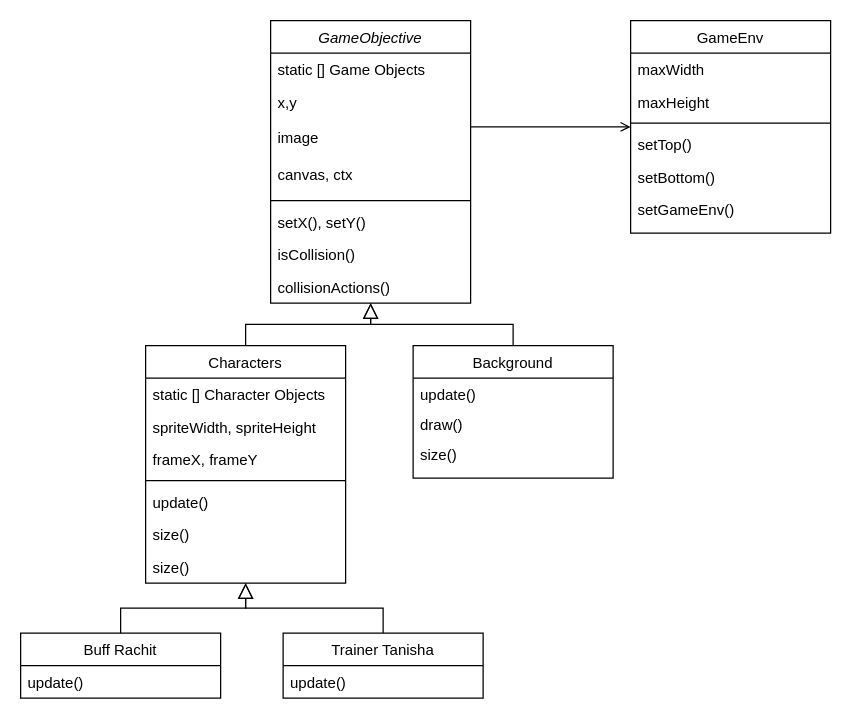
Earlier version of the draw.io diagram navigation/Untitled Diagram.drawio (Yuna599/Lucky-Charms). Source tidied: cells renumbered, new cells numbered last; positions are measured from the earlier drawing's top-left corner, leaving out a move shared by most shapes. Both pictures are drawn from the tidied source at 125%, with x=0, y=0 at pixel (20, 20).
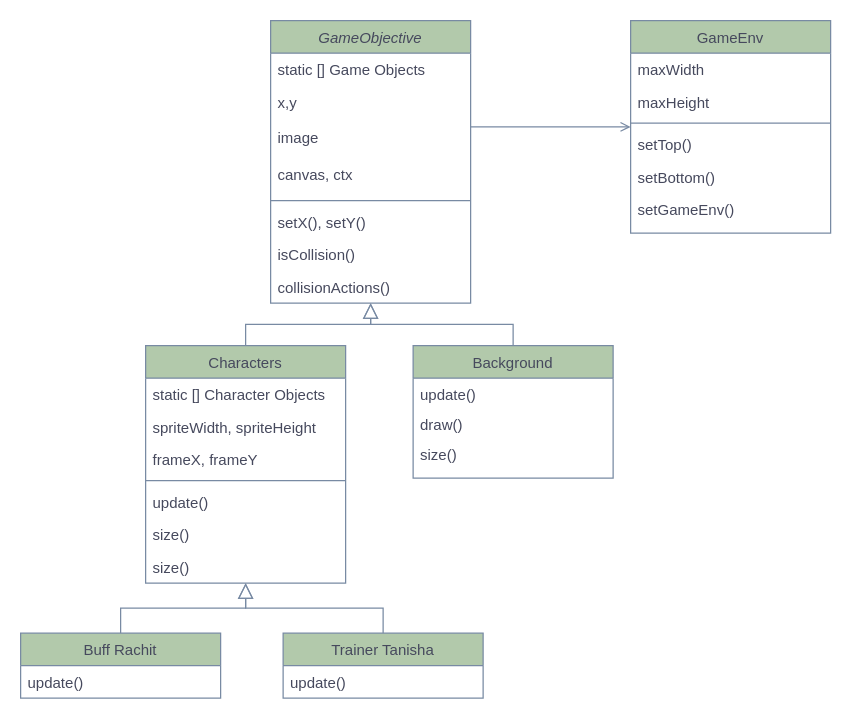
The same page after the edit.

Change to the diagram source:
```diff
@@
-    <mxCell id="2" value="GameObjective" style="swimlane;fontStyle=2;align=center;verticalAlign=top;horizontal=1;startSize=26;rounded=0;shadow=0;strokeWidth=1;" parent="1" vertex="1">
+    <mxCell id="2" value="GameObjective" style="swimlane;fontStyle=2;align=center;verticalAlign=top;horizontal=1;startSize=26;rounded=0;shadow=0;strokeWidth=1;labelBackgroundColor=none;fillColor=#B2C9AB;strokeColor=#788AA3;fontColor=#46495D;" parent="1" vertex="1">
       <mxGeometry x="200" width="160" height="226" as="geometry" />
     </mxCell>
-    <mxCell id="3" value="static [] Game Objects" style="text;align=left;verticalAlign=top;spacingLeft=4;spacingRight=4;overflow=hidden;rounded=0;shadow=0;html=0;" parent="2" vertex="1">
+    <mxCell id="3" value="static [] Game Objects" style="text;align=left;verticalAlign=top;spacingLeft=4;spacingRight=4;overflow=hidden;rounded=0;shadow=0;html=0;labelBackgroundColor=none;fontColor=#46495D;" parent="2" vertex="1">
       <mxGeometry y="26" width="160" height="26" as="geometry" />
     </mxCell>
-    <mxCell id="4" value="x,y" style="text;align=left;verticalAlign=top;spacingLeft=4;spacingRight=4;overflow=hidden;rounded=0;shadow=0;html=0;" parent="2" vertex="1">
+    <mxCell id="4" value="x,y" style="text;align=left;verticalAlign=top;spacingLeft=4;spacingRight=4;overflow=hidden;rounded=0;shadow=0;html=0;labelBackgroundColor=none;fontColor=#46495D;" parent="2" vertex="1">
       <mxGeometry y="52" width="160" height="28" as="geometry" />
     </mxCell>
-    <mxCell id="5" value="image&#10;" style="text;align=left;verticalAlign=top;spacingLeft=4;spacingRight=4;overflow=hidden;rounded=0;shadow=0;html=0;" parent="2" vertex="1">
+    <mxCell id="5" value="image&#10;" style="text;align=left;verticalAlign=top;spacingLeft=4;spacingRight=4;overflow=hidden;rounded=0;shadow=0;html=0;labelBackgroundColor=none;fontColor=#46495D;" parent="2" vertex="1">
       <mxGeometry y="80" width="160" height="30" as="geometry" />
     </mxCell>
-    <mxCell id="6" value="canvas, ctx" style="text;align=left;verticalAlign=top;spacingLeft=4;spacingRight=4;overflow=hidden;rounded=0;shadow=0;html=0;" parent="2" vertex="1">
+    <mxCell id="6" value="canvas, ctx" style="text;align=left;verticalAlign=top;spacingLeft=4;spacingRight=4;overflow=hidden;rounded=0;shadow=0;html=0;labelBackgroundColor=none;fontColor=#46495D;" parent="2" vertex="1">
       <mxGeometry y="110" width="160" height="30" as="geometry" />
     </mxCell>
-    <mxCell id="7" style="line;html=1;strokeWidth=1;align=left;verticalAlign=middle;spacingTop=-1;spacingLeft=3;spacingRight=3;labelPosition=right;" parent="2" vertex="1">
+    <mxCell id="7" style="line;html=1;strokeWidth=1;align=left;verticalAlign=middle;spacingTop=-1;spacingLeft=3;spacingRight=3;labelPosition=right;labelBackgroundColor=none;fillColor=#B2C9AB;strokeColor=#788AA3;fontColor=#46495D;" parent="2" vertex="1">
       <mxGeometry y="140" width="160" height="8" as="geometry" />
     </mxCell>
-    <mxCell id="8" value="setX(), setY()" style="text;align=left;verticalAlign=top;spacingLeft=4;spacingRight=4;overflow=hidden;" parent="2" vertex="1">
+    <mxCell id="8" value="setX(), setY()" style="text;align=left;verticalAlign=top;spacingLeft=4;spacingRight=4;overflow=hidden;labelBackgroundColor=none;fontColor=#46495D;" parent="2" vertex="1">
       <mxGeometry y="148" width="160" height="26" as="geometry" />
     </mxCell>
-    <mxCell id="9" value="isCollision()" style="text;align=left;verticalAlign=top;spacingLeft=4;spacingRight=4;overflow=hidden;" parent="2" vertex="1">
+    <mxCell id="9" value="isCollision()" style="text;align=left;verticalAlign=top;spacingLeft=4;spacingRight=4;overflow=hidden;labelBackgroundColor=none;fontColor=#46495D;" parent="2" vertex="1">
       <mxGeometry y="174" width="160" height="26" as="geometry" />
     </mxCell>
-    <mxCell id="10" value="collisionActions()" style="text;align=left;verticalAlign=top;spacingLeft=4;spacingRight=4;overflow=hidden;" parent="2" vertex="1">
+    <mxCell id="10" value="collisionActions()" style="text;align=left;verticalAlign=top;spacingLeft=4;spacingRight=4;overflow=hidden;labelBackgroundColor=none;fontColor=#46495D;" parent="2" vertex="1">
       <mxGeometry y="200" width="160" height="26" as="geometry" />
     </mxCell>
-    <mxCell id="11" value="Characters" style="swimlane;fontStyle=0;align=center;verticalAlign=top;horizontal=1;startSize=26;rounded=0;shadow=0;strokeWidth=1;" parent="1" vertex="1">
+    <mxCell id="11" value="Characters" style="swimlane;fontStyle=0;align=center;verticalAlign=top;horizontal=1;startSize=26;rounded=0;shadow=0;strokeWidth=1;labelBackgroundColor=none;fillColor=#B2C9AB;strokeColor=#788AA3;fontColor=#46495D;" parent="1" vertex="1">
       <mxGeometry x="100" y="260" width="160" height="190" as="geometry" />
     </mxCell>
-    <mxCell id="12" value="static [] Character Objects" style="text;align=left;verticalAlign=top;spacingLeft=4;spacingRight=4;overflow=hidden;" parent="11" vertex="1">
+    <mxCell id="12" value="static [] Character Objects" style="text;align=left;verticalAlign=top;spacingLeft=4;spacingRight=4;overflow=hidden;labelBackgroundColor=none;fontColor=#46495D;" parent="11" vertex="1">
       <mxGeometry y="26" width="160" height="26" as="geometry" />
     </mxCell>
-    <mxCell id="13" value="spriteWidth, spriteHeight" style="text;align=left;verticalAlign=top;spacingLeft=4;spacingRight=4;overflow=hidden;rounded=0;shadow=0;html=0;" parent="11" vertex="1">
+    <mxCell id="13" value="spriteWidth, spriteHeight" style="text;align=left;verticalAlign=top;spacingLeft=4;spacingRight=4;overflow=hidden;rounded=0;shadow=0;html=0;labelBackgroundColor=none;fontColor=#46495D;" parent="11" vertex="1">
       <mxGeometry y="52" width="160" height="26" as="geometry" />
     </mxCell>
-    <mxCell id="14" value="frameX, frameY" style="text;align=left;verticalAlign=top;spacingLeft=4;spacingRight=4;overflow=hidden;rounded=0;shadow=0;html=0;" parent="11" vertex="1">
+    <mxCell id="14" value="frameX, frameY" style="text;align=left;verticalAlign=top;spacingLeft=4;spacingRight=4;overflow=hidden;rounded=0;shadow=0;html=0;labelBackgroundColor=none;fontColor=#46495D;" parent="11" vertex="1">
       <mxGeometry y="78" width="160" height="26" as="geometry" />
     </mxCell>
-    <mxCell id="15" style="line;html=1;strokeWidth=1;align=left;verticalAlign=middle;spacingTop=-1;spacingLeft=3;spacingRight=3;labelPosition=right;" parent="11" vertex="1">
+    <mxCell id="15" style="line;html=1;strokeWidth=1;align=left;verticalAlign=middle;spacingTop=-1;spacingLeft=3;spacingRight=3;labelPosition=right;labelBackgroundColor=none;fillColor=#B2C9AB;strokeColor=#788AA3;fontColor=#46495D;" parent="11" vertex="1">
       <mxGeometry y="104" width="160" height="8" as="geometry" />
     </mxCell>
-    <mxCell id="16" value="update()" style="text;align=left;verticalAlign=top;spacingLeft=4;spacingRight=4;overflow=hidden;rounded=0;shadow=0;html=0;" parent="11" vertex="1">
+    <mxCell id="16" value="update()" style="text;align=left;verticalAlign=top;spacingLeft=4;spacingRight=4;overflow=hidden;rounded=0;shadow=0;html=0;labelBackgroundColor=none;fontColor=#46495D;" parent="11" vertex="1">
       <mxGeometry y="112" width="160" height="26" as="geometry" />
     </mxCell>
-    <mxCell id="17" value="size()" style="text;align=left;verticalAlign=top;spacingLeft=4;spacingRight=4;overflow=hidden;rounded=0;shadow=0;html=0;" parent="11" vertex="1">
+    <mxCell id="17" value="size()" style="text;align=left;verticalAlign=top;spacingLeft=4;spacingRight=4;overflow=hidden;rounded=0;shadow=0;html=0;labelBackgroundColor=none;fontColor=#46495D;" parent="11" vertex="1">
       <mxGeometry y="138" width="160" height="26" as="geometry" />
     </mxCell>
-    <mxCell id="18" value="size()" style="text;align=left;verticalAlign=top;spacingLeft=4;spacingRight=4;overflow=hidden;rounded=0;shadow=0;html=0;" parent="11" vertex="1">
+    <mxCell id="18" value="size()" style="text;align=left;verticalAlign=top;spacingLeft=4;spacingRight=4;overflow=hidden;rounded=0;shadow=0;html=0;labelBackgroundColor=none;fontColor=#46495D;" parent="11" vertex="1">
       <mxGeometry y="164" width="160" height="26" as="geometry" />
     </mxCell>
-    <mxCell id="19" style="endArrow=block;endSize=10;endFill=0;shadow=0;strokeWidth=1;rounded=0;curved=0;edgeStyle=elbowEdgeStyle;elbow=vertical;" parent="1" edge="1" source="11" target="2">
+    <mxCell id="19" style="endArrow=block;endSize=10;endFill=0;shadow=0;strokeWidth=1;rounded=0;curved=0;edgeStyle=elbowEdgeStyle;elbow=vertical;labelBackgroundColor=none;strokeColor=#788AA3;fontColor=default;" parent="1" edge="1" source="11" target="2">
       <mxGeometry relative="1" as="geometry" />
     </mxCell>
-    <mxCell id="20" value="Background" style="swimlane;fontStyle=0;align=center;verticalAlign=top;horizontal=1;startSize=26;rounded=0;shadow=0;strokeWidth=1;" parent="1" vertex="1">
+    <mxCell id="20" value="Background" style="swimlane;fontStyle=0;align=center;verticalAlign=top;horizontal=1;startSize=26;rounded=0;shadow=0;strokeWidth=1;labelBackgroundColor=none;fillColor=#B2C9AB;strokeColor=#788AA3;fontColor=#46495D;" parent="1" vertex="1">
       <mxGeometry x="314" y="260" width="160" height="106" as="geometry" />
     </mxCell>
-    <mxCell id="21" value="update()" style="text;align=left;verticalAlign=top;spacingLeft=4;spacingRight=4;overflow=hidden;" parent="20" vertex="1">
+    <mxCell id="21" value="update()" style="text;align=left;verticalAlign=top;spacingLeft=4;spacingRight=4;overflow=hidden;labelBackgroundColor=none;fontColor=#46495D;" parent="20" vertex="1">
       <mxGeometry y="26" width="160" height="24" as="geometry" />
     </mxCell>
-    <mxCell id="22" value="draw()" style="text;align=left;verticalAlign=top;spacingLeft=4;spacingRight=4;overflow=hidden;" parent="20" vertex="1">
+    <mxCell id="22" value="draw()" style="text;align=left;verticalAlign=top;spacingLeft=4;spacingRight=4;overflow=hidden;labelBackgroundColor=none;fontColor=#46495D;" parent="20" vertex="1">
       <mxGeometry y="50" width="160" height="24" as="geometry" />
     </mxCell>
-    <mxCell id="23" value="size()" style="text;align=left;verticalAlign=top;spacingLeft=4;spacingRight=4;overflow=hidden;" parent="20" vertex="1">
+    <mxCell id="23" value="size()" style="text;align=left;verticalAlign=top;spacingLeft=4;spacingRight=4;overflow=hidden;labelBackgroundColor=none;fontColor=#46495D;" parent="20" vertex="1">
       <mxGeometry y="74" width="160" height="24" as="geometry" />
     </mxCell>
-    <mxCell id="24" style="endArrow=block;endSize=10;endFill=0;shadow=0;strokeWidth=1;rounded=0;curved=0;edgeStyle=elbowEdgeStyle;elbow=vertical;" parent="1" edge="1" source="20" target="2">
+    <mxCell id="24" style="endArrow=block;endSize=10;endFill=0;shadow=0;strokeWidth=1;rounded=0;curved=0;edgeStyle=elbowEdgeStyle;elbow=vertical;labelBackgroundColor=none;strokeColor=#788AA3;fontColor=default;" parent="1" edge="1" source="20" target="2">
       <mxGeometry relative="1" as="geometry" />
     </mxCell>
-    <mxCell id="25" value="GameEnv" style="swimlane;fontStyle=0;align=center;verticalAlign=top;horizontal=1;startSize=26;rounded=0;shadow=0;strokeWidth=1;" parent="1" vertex="1">
+    <mxCell id="25" value="GameEnv" style="swimlane;fontStyle=0;align=center;verticalAlign=top;horizontal=1;startSize=26;rounded=0;shadow=0;strokeWidth=1;labelBackgroundColor=none;fillColor=#B2C9AB;strokeColor=#788AA3;fontColor=#46495D;" parent="1" vertex="1">
       <mxGeometry x="488" width="160" height="170" as="geometry" />
     </mxCell>
-    <mxCell id="26" value="maxWidth" style="text;align=left;verticalAlign=top;spacingLeft=4;spacingRight=4;overflow=hidden;" parent="25" vertex="1">
+    <mxCell id="26" value="maxWidth" style="text;align=left;verticalAlign=top;spacingLeft=4;spacingRight=4;overflow=hidden;labelBackgroundColor=none;fontColor=#46495D;" parent="25" vertex="1">
       <mxGeometry y="26" width="160" height="26" as="geometry" />
     </mxCell>
-    <mxCell id="27" value="maxHeight" style="text;align=left;verticalAlign=top;spacingLeft=4;spacingRight=4;overflow=hidden;rounded=0;shadow=0;html=0;" parent="25" vertex="1">
+    <mxCell id="27" value="maxHeight" style="text;align=left;verticalAlign=top;spacingLeft=4;spacingRight=4;overflow=hidden;rounded=0;shadow=0;html=0;labelBackgroundColor=none;fontColor=#46495D;" parent="25" vertex="1">
       <mxGeometry y="52" width="160" height="26" as="geometry" />
     </mxCell>
-    <mxCell id="28" style="line;html=1;strokeWidth=1;align=left;verticalAlign=middle;spacingTop=-1;spacingLeft=3;spacingRight=3;labelPosition=right;" parent="25" vertex="1">
+    <mxCell id="28" style="line;html=1;strokeWidth=1;align=left;verticalAlign=middle;spacingTop=-1;spacingLeft=3;spacingRight=3;labelPosition=right;labelBackgroundColor=none;fillColor=#B2C9AB;strokeColor=#788AA3;fontColor=#46495D;" parent="25" vertex="1">
       <mxGeometry y="78" width="160" height="8" as="geometry" />
     </mxCell>
-    <mxCell id="29" value="setTop()" style="text;align=left;verticalAlign=top;spacingLeft=4;spacingRight=4;overflow=hidden;" parent="25" vertex="1">
+    <mxCell id="29" value="setTop()" style="text;align=left;verticalAlign=top;spacingLeft=4;spacingRight=4;overflow=hidden;labelBackgroundColor=none;fontColor=#46495D;" parent="25" vertex="1">
       <mxGeometry y="86" width="160" height="26" as="geometry" />
     </mxCell>
-    <mxCell id="30" value="setBottom()" style="text;align=left;verticalAlign=top;spacingLeft=4;spacingRight=4;overflow=hidden;" parent="25" vertex="1">
+    <mxCell id="30" value="setBottom()" style="text;align=left;verticalAlign=top;spacingLeft=4;spacingRight=4;overflow=hidden;labelBackgroundColor=none;fontColor=#46495D;" parent="25" vertex="1">
       <mxGeometry y="112" width="160" height="26" as="geometry" />
     </mxCell>
-    <mxCell id="31" value="setGameEnv()" style="text;align=left;verticalAlign=top;spacingLeft=4;spacingRight=4;overflow=hidden;" parent="25" vertex="1">
+    <mxCell id="31" value="setGameEnv()" style="text;align=left;verticalAlign=top;spacingLeft=4;spacingRight=4;overflow=hidden;labelBackgroundColor=none;fontColor=#46495D;" parent="25" vertex="1">
       <mxGeometry y="138" width="160" height="26" as="geometry" />
     </mxCell>
-    <mxCell id="32" style="endArrow=open;shadow=0;strokeWidth=1;rounded=0;curved=0;endFill=1;edgeStyle=elbowEdgeStyle;elbow=vertical;" parent="1" edge="1" source="2" target="25">
+    <mxCell id="32" style="endArrow=open;shadow=0;strokeWidth=1;rounded=0;curved=0;endFill=1;edgeStyle=elbowEdgeStyle;elbow=vertical;labelBackgroundColor=none;strokeColor=#788AA3;fontColor=default;" parent="1" edge="1" source="2" target="25">
       <mxGeometry x="0.5" y="41" relative="1" as="geometry">
         <mxPoint x="-40" y="32" as="offset" />
       </mxGeometry>
     </mxCell>
-    <mxCell id="33" style="endArrow=block;endSize=10;endFill=0;shadow=0;strokeWidth=1;rounded=0;curved=0;edgeStyle=elbowEdgeStyle;elbow=vertical;" parent="1" edge="1">
+    <mxCell id="33" style="endArrow=block;endSize=10;endFill=0;shadow=0;strokeWidth=1;rounded=0;curved=0;edgeStyle=elbowEdgeStyle;elbow=vertical;labelBackgroundColor=none;strokeColor=#788AA3;fontColor=default;" parent="1" edge="1">
       <mxGeometry relative="1" as="geometry">
         <mxPoint x="290" y="490" as="sourcePoint" />
         <mxPoint x="180" y="450" as="targetPoint" />
         <Array as="points">
           <mxPoint x="240" y="470" />
         </Array>
       </mxGeometry>
     </mxCell>
-    <mxCell id="34" style="endArrow=block;endSize=10;endFill=0;shadow=0;strokeWidth=1;rounded=0;curved=0;edgeStyle=elbowEdgeStyle;elbow=vertical;" parent="1" edge="1">
+    <mxCell id="34" style="endArrow=block;endSize=10;endFill=0;shadow=0;strokeWidth=1;rounded=0;curved=0;edgeStyle=elbowEdgeStyle;elbow=vertical;labelBackgroundColor=none;strokeColor=#788AA3;fontColor=default;" parent="1" edge="1">
       <mxGeometry relative="1" as="geometry">
         <mxPoint x="80" y="490" as="sourcePoint" />
         <mxPoint x="180" y="450" as="targetPoint" />
         <Array as="points">
           <mxPoint x="130" y="470" />
         </Array>
       </mxGeometry>
     </mxCell>
-    <mxCell id="35" value="Trainer Tanisha" style="swimlane;fontStyle=0;align=center;verticalAlign=top;horizontal=1;startSize=26;rounded=0;shadow=0;strokeWidth=1;" parent="1" vertex="1">
+    <mxCell id="35" value="Trainer Tanisha" style="swimlane;fontStyle=0;align=center;verticalAlign=top;horizontal=1;startSize=26;rounded=0;shadow=0;strokeWidth=1;labelBackgroundColor=none;fillColor=#B2C9AB;strokeColor=#788AA3;fontColor=#46495D;" parent="1" vertex="1">
       <mxGeometry x="210" y="490" width="160" height="52" as="geometry" />
     </mxCell>
-    <mxCell id="36" value="update()" style="text;align=left;verticalAlign=top;spacingLeft=4;spacingRight=4;overflow=hidden;" parent="35" vertex="1">
+    <mxCell id="36" value="update()" style="text;align=left;verticalAlign=top;spacingLeft=4;spacingRight=4;overflow=hidden;labelBackgroundColor=none;fontColor=#46495D;" parent="35" vertex="1">
       <mxGeometry y="26" width="160" height="26" as="geometry" />
     </mxCell>
-    <mxCell id="37" value="Buff Rachit" style="swimlane;fontStyle=0;align=center;verticalAlign=top;horizontal=1;startSize=26;rounded=0;shadow=0;strokeWidth=1;" parent="1" vertex="1">
+    <mxCell id="37" value="Buff Rachit" style="swimlane;fontStyle=0;align=center;verticalAlign=top;horizontal=1;startSize=26;rounded=0;shadow=0;strokeWidth=1;labelBackgroundColor=none;fillColor=#B2C9AB;strokeColor=#788AA3;fontColor=#46495D;" parent="1" vertex="1">
       <mxGeometry y="490" width="160" height="52" as="geometry" />
     </mxCell>
-    <mxCell id="38" value="update()" style="text;align=left;verticalAlign=top;spacingLeft=4;spacingRight=4;overflow=hidden;" parent="37" vertex="1">
+    <mxCell id="38" value="update()" style="text;align=left;verticalAlign=top;spacingLeft=4;spacingRight=4;overflow=hidden;labelBackgroundColor=none;fontColor=#46495D;" parent="37" vertex="1">
       <mxGeometry y="26" width="160" height="26" as="geometry" />
     </mxCell>
```
